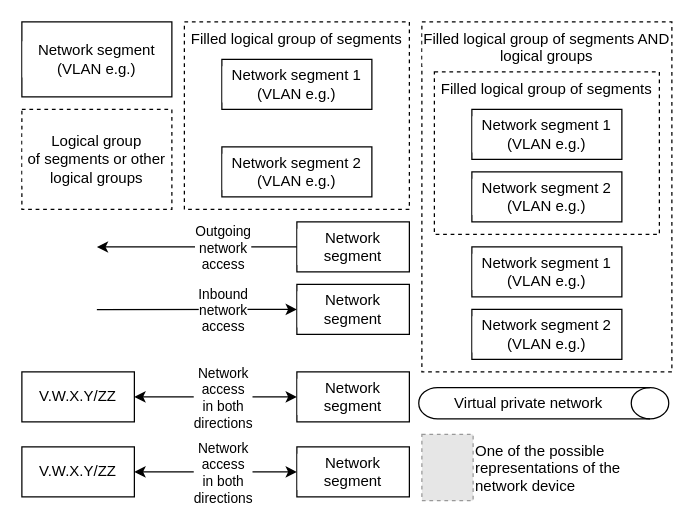
Earlier version of the draw.io diagram Schematic symbols/Schematic symbols.drawio (sergiomarotco/Network-segmentation-cheat-sheet). Source tidied: cells renumbered, new cells numbered last; positions are measured from the earlier drawing's top-left corner, leaving out a move shared by most shapes. Both pictures are drawn from the tidied source at 125%, with x=0, y=0 at pixel (21, 21). Pictures stored in the file or linked from it are replaced by grey dashed boxes.
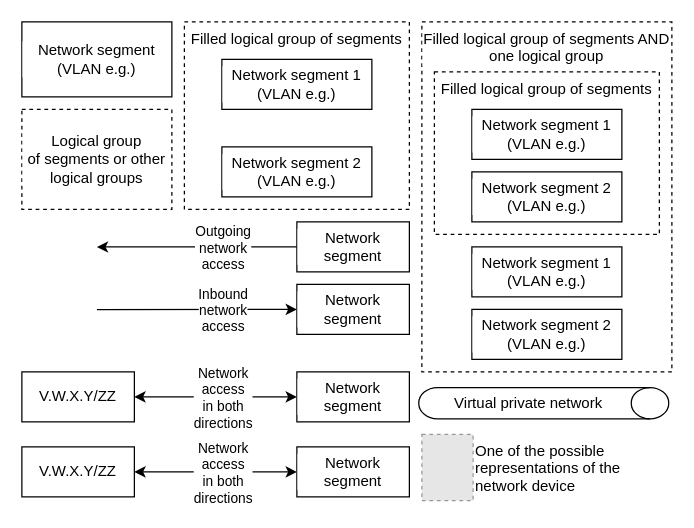
The same page after the edit.

The edit, as a diff of the source:
```diff
@@
-    <mxCell id="2" value="Filled logical group of segments AND logical groups" style="whiteSpace=wrap;html=1;labelBackgroundColor=#FFFFFF;sketch=0;align=center;verticalAlign=top;fillColor=default;strokeColor=default;dashed=1;" parent="1" vertex="1">
+    <mxCell id="2" value="Filled logical group of segments AND one logical group" style="whiteSpace=wrap;html=1;labelBackgroundColor=#FFFFFF;sketch=0;align=center;verticalAlign=top;fillColor=default;strokeColor=default;dashed=1;" parent="1" vertex="1">
       <mxGeometry x="320" width="200" height="280" as="geometry" />
     </mxCell>
```
